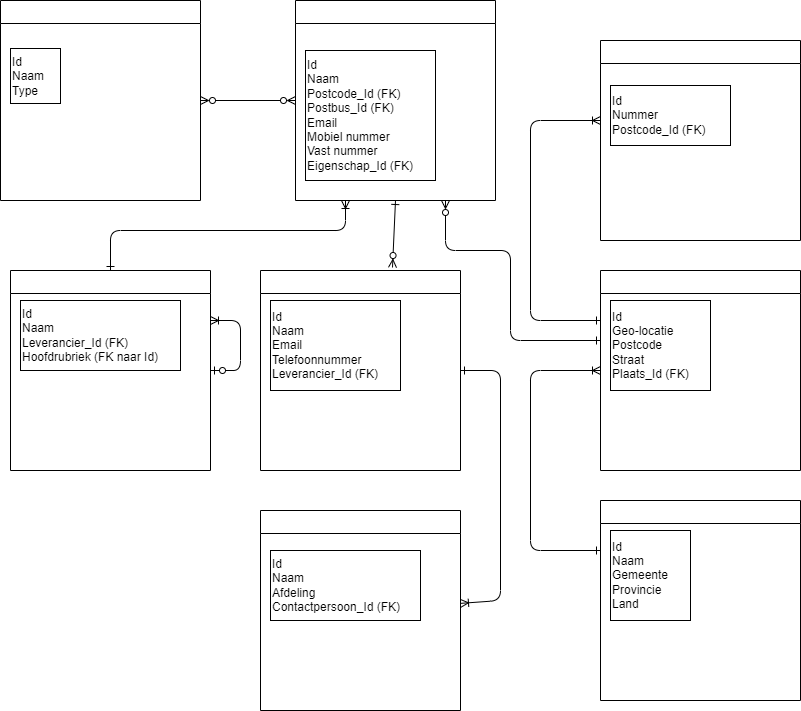
The draw.io diagram relational-data-storage/opdracht-1/DS-opdracht-1-v1.drawio.png in Dabra720/educom-data-science, before a commit. Source tidied: cells renumbered, new cells last; positions are measured from the earlier drawing's top-left corner, leaving out a move shared by most shapes.
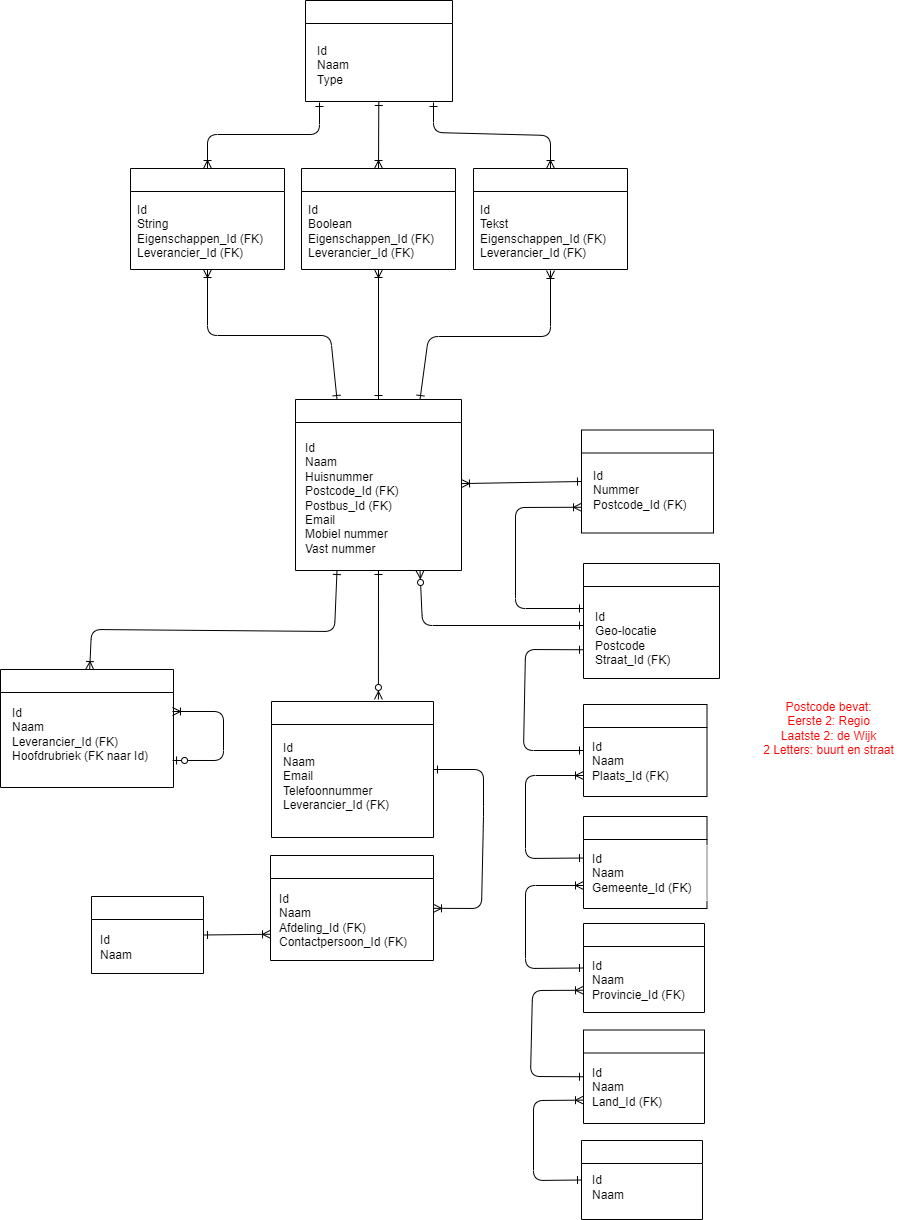
Above is the later version.

The edit, as a diff of the source:
```diff
@@ -4,108 +4,237 @@
     <mxCell id="1" parent="0" />
     <mxCell id="2" style="edgeStyle=none;html=1;startArrow=ERzeroToMany;startFill=0;endArrow=ERone;endFill=0;exitX=0.75;exitY=1;exitDx=0;exitDy=0;strokeColor=#000000;fontColor=#000000;" parent="1" edge="1" source="3">
       <mxGeometry relative="1" as="geometry">
-        <mxPoint x="600" y="340" as="targetPoint" />
+        <mxPoint x="600" y="226" as="targetPoint" />
         <Array as="points">
-          <mxPoint x="445" y="250" />
-          <mxPoint x="510" y="250" />
-          <mxPoint x="510" y="340" />
+          <mxPoint x="439" y="226" />
         </Array>
       </mxGeometry>
     </mxCell>
+    <mxCell id="26" style="edgeStyle=none;html=1;entryX=0;entryY=0.5;entryDx=0;entryDy=0;strokeColor=#000000;startArrow=ERoneToMany;startFill=0;endArrow=ERone;endFill=0;" parent="1" edge="1" source="3" target="18">
+      <mxGeometry relative="1" as="geometry" />
+    </mxCell>
     <mxCell id="3" value="Leverancier" style="swimlane;whiteSpace=wrap;html=1;strokeColor=#000000;fontColor=#FFFFFF;" parent="1" vertex="1">
-      <mxGeometry x="295" width="200" height="200" as="geometry" />
+      <mxGeometry x="312" width="166" height="171" as="geometry" />
     </mxCell>
-    <mxCell id="4" value="Id&lt;br&gt;Naam&lt;br&gt;Postcode_Id (FK)&lt;br&gt;Postbus_Id (FK)&lt;br&gt;Email&lt;br&gt;Mobiel nummer&lt;br&gt;Vast nummer&lt;br&gt;Eigenschap_Id (FK)" style="text;html=1;align=left;verticalAlign=middle;strokeColor=#000000;fillColor=none;fontColor=#000000;" parent="3" vertex="1">
-      <mxGeometry x="10" y="50" width="130" height="130" as="geometry" />
+    <mxCell id="4" value="Id&lt;br&gt;Naam&lt;br&gt;Huisnummer&lt;br&gt;Postcode_Id (FK)&lt;br&gt;Postbus_Id (FK)&lt;br&gt;Email&lt;br&gt;Mobiel nummer&lt;br&gt;Vast nummer" style="text;html=1;align=left;verticalAlign=middle;strokeColor=#FFFFFF;fillColor=none;fontColor=#000000;" parent="3" vertex="1">
+      <mxGeometry x="8" y="35" width="111" height="127" as="geometry" />
     </mxCell>
-    <mxCell id="5" style="edgeStyle=none;html=1;entryX=0.25;entryY=1;entryDx=0;entryDy=0;endArrow=ERoneToMany;endFill=0;startArrow=ERone;startFill=0;strokeColor=#000000;fontColor=#000000;" parent="1" edge="1" source="7" target="3">
+    <mxCell id="5" style="edgeStyle=none;html=1;entryX=0.25;entryY=1;entryDx=0;entryDy=0;endArrow=ERone;endFill=0;startArrow=ERoneToMany;startFill=0;strokeColor=#000000;fontColor=#000000;" parent="1" edge="1" source="7" target="3">
       <mxGeometry relative="1" as="geometry">
         <Array as="points">
-          <mxPoint x="110" y="230" />
-          <mxPoint x="345" y="230" />
+          <mxPoint x="108" y="230" />
+          <mxPoint x="351" y="232" />
         </Array>
       </mxGeometry>
     </mxCell>
-    <mxCell id="6" style="edgeStyle=none;html=1;startArrow=ERzeroToOne;startFill=0;endArrow=ERoneToMany;endFill=0;entryX=1;entryY=0.25;entryDx=0;entryDy=0;exitX=1;exitY=0.5;exitDx=0;exitDy=0;strokeColor=#000000;fontColor=#000000;" parent="1" edge="1" source="7" target="7">
-      <mxGeometry relative="1" as="geometry">
-        <Array as="points">
-          <mxPoint x="240" y="370" />
-          <mxPoint x="240" y="320" />
-        </Array>
-      </mxGeometry>
-    </mxCell>
     <mxCell id="7" value="Rubriek" style="swimlane;whiteSpace=wrap;html=1;strokeColor=#000000;fontColor=#FFFFFF;" parent="1" vertex="1">
-      <mxGeometry x="10" y="270" width="200" height="200" as="geometry" />
+      <mxGeometry x="17" y="270" width="173" height="118" as="geometry" />
     </mxCell>
-    <mxCell id="8" value="Id&lt;br&gt;Naam&lt;br&gt;Leverancier_Id (FK)&lt;br&gt;Hoofdrubriek (FK naar Id)" style="text;html=1;align=left;verticalAlign=middle;points=[];strokeColor=#000000;fillColor=none;fontColor=#000000;" parent="7" vertex="1">
+    <mxCell id="8" value="Id&lt;br&gt;Naam&lt;br&gt;Leverancier_Id (FK)&lt;br&gt;Hoofdrubriek (FK naar Id)" style="text;html=1;align=left;verticalAlign=middle;points=[];strokeColor=#FFFFFF;fillColor=none;fontColor=#000000;" parent="7" vertex="1">
       <mxGeometry x="10" y="30" width="160" height="70" as="geometry" />
     </mxCell>
+    <mxCell id="6" style="edgeStyle=none;html=1;startArrow=ERzeroToOne;startFill=0;endArrow=ERoneToMany;endFill=0;exitX=1.013;exitY=0.871;exitDx=0;exitDy=0;strokeColor=#000000;fontColor=#000000;exitPerimeter=0;" parent="7" edge="1" source="8">
+      <mxGeometry relative="1" as="geometry">
+        <mxPoint x="172" y="42" as="targetPoint" />
+        <Array as="points">
+          <mxPoint x="223" y="91" />
+          <mxPoint x="223" y="42" />
+        </Array>
+      </mxGeometry>
+    </mxCell>
     <mxCell id="9" style="edgeStyle=none;html=1;entryX=0.5;entryY=1;entryDx=0;entryDy=0;startArrow=ERzeroToMany;startFill=0;endArrow=ERone;endFill=0;exitX=0.66;exitY=-0.015;exitDx=0;exitDy=0;exitPerimeter=0;strokeColor=#000000;fontColor=#000000;" parent="1" edge="1" source="10" target="3">
       <mxGeometry relative="1" as="geometry" />
     </mxCell>
     <mxCell id="10" value="Contactpersoon" style="swimlane;whiteSpace=wrap;html=1;strokeColor=#000000;fontColor=#FFFFFF;" parent="1" vertex="1">
-      <mxGeometry x="260" y="270" width="200" height="200" as="geometry" />
+      <mxGeometry x="288" y="302" width="162" height="136" as="geometry" />
     </mxCell>
-    <mxCell id="11" value="Id&lt;br&gt;Naam&lt;br&gt;Email&lt;br&gt;Telefoonnummer&lt;br&gt;Leverancier_Id (FK)" style="text;html=1;align=left;verticalAlign=middle;strokeColor=#000000;fillColor=none;fontColor=#000000;" parent="10" vertex="1">
+    <mxCell id="11" value="Id&lt;br&gt;Naam&lt;br&gt;Email&lt;br&gt;Telefoonnummer&lt;br&gt;Leverancier_Id (FK)" style="text;html=1;align=left;verticalAlign=middle;strokeColor=#FFFFFF;fillColor=none;fontColor=#000000;" parent="10" vertex="1">
       <mxGeometry x="10" y="30" width="130" height="90" as="geometry" />
     </mxCell>
-    <mxCell id="12" style="edgeStyle=none;html=1;entryX=0;entryY=0.25;entryDx=0;entryDy=0;startArrow=ERoneToMany;startFill=0;endArrow=ERone;endFill=0;strokeColor=#000000;fontColor=#000000;" parent="1" edge="1" source="13" target="15">
+    <mxCell id="12" style="edgeStyle=none;html=1;startArrow=ERone;startFill=0;endArrow=ERoneToMany;endFill=0;strokeColor=#000000;fontColor=#000000;entryX=0;entryY=0.75;entryDx=0;entryDy=0;exitX=0;exitY=0.5;exitDx=0;exitDy=0;" parent="1" edge="1" source="41" target="15">
       <mxGeometry relative="1" as="geometry">
         <Array as="points">
-          <mxPoint x="530" y="370" />
-          <mxPoint x="530" y="550" />
+          <mxPoint x="542" y="569" />
+          <mxPoint x="542" y="486" />
         </Array>
       </mxGeometry>
     </mxCell>
     <mxCell id="13" value="Postcode" style="swimlane;whiteSpace=wrap;html=1;strokeColor=#000000;fontColor=#FFFFFF;" parent="1" vertex="1">
-      <mxGeometry x="600" y="270" width="200" height="200" as="geometry" />
+      <mxGeometry x="600" y="164" width="136" height="115" as="geometry" />
     </mxCell>
-    <mxCell id="14" value="Id&lt;br&gt;Geo-locatie&lt;br&gt;Postcode&lt;br&gt;Straat&lt;br&gt;Plaats_Id (FK)" style="text;html=1;align=left;verticalAlign=middle;strokeColor=#000000;fillColor=none;fontColor=#000000;" parent="13" vertex="1">
-      <mxGeometry x="10" y="30" width="100" height="90" as="geometry" />
+    <mxCell id="14" value="Id&lt;br&gt;Geo-locatie&lt;br&gt;Postcode&lt;br&gt;Straat_Id (FK)" style="text;html=1;align=left;verticalAlign=middle;strokeColor=#FFFFFF;fillColor=none;fontColor=#000000;" parent="13" vertex="1">
+      <mxGeometry x="10" y="40" width="93" height="70" as="geometry" />
     </mxCell>
     <mxCell id="15" value="Plaats" style="swimlane;whiteSpace=wrap;html=1;strokeColor=#000000;fontColor=#FFFFFF;" parent="1" vertex="1">
-      <mxGeometry x="600" y="500" width="200" height="200" as="geometry" />
+      <mxGeometry x="600" y="417" width="123.5" height="92" as="geometry" />
     </mxCell>
-    <mxCell id="16" value="Id&lt;br&gt;Naam&lt;br&gt;Gemeente&lt;br&gt;Provincie&lt;br&gt;Land" style="text;html=1;align=left;verticalAlign=middle;strokeColor=#000000;fillColor=none;fontColor=#000000;" parent="15" vertex="1">
-      <mxGeometry x="10" y="30" width="80" height="90" as="geometry" />
+    <mxCell id="16" value="Id&lt;br&gt;Naam&lt;br&gt;Gemeente_Id&amp;nbsp;(FK)" style="text;html=1;align=left;verticalAlign=middle;strokeColor=#FFFFFF;fillColor=none;fontColor=#000000;" parent="15" vertex="1">
+      <mxGeometry x="6.5" y="29" width="117" height="55" as="geometry" />
     </mxCell>
-    <mxCell id="17" style="edgeStyle=none;html=1;entryX=0;entryY=0.25;entryDx=0;entryDy=0;startArrow=ERoneToMany;startFill=0;endArrow=ERone;endFill=0;strokeColor=#000000;fontColor=#000000;" parent="1" edge="1" target="13">
+    <mxCell id="17" style="edgeStyle=none;html=1;startArrow=ERoneToMany;startFill=0;endArrow=ERone;endFill=0;strokeColor=#000000;fontColor=#000000;exitX=0;exitY=0.75;exitDx=0;exitDy=0;" parent="1" edge="1" source="18">
       <mxGeometry relative="1" as="geometry">
-        <mxPoint x="600" y="120" as="sourcePoint" />
+        <mxPoint x="600" y="209" as="targetPoint" />
         <Array as="points">
-          <mxPoint x="530" y="120" />
-          <mxPoint x="530" y="320" />
+          <mxPoint x="532" y="108" />
+          <mxPoint x="532" y="209" />
         </Array>
       </mxGeometry>
     </mxCell>
     <mxCell id="18" value="Postbus" style="swimlane;whiteSpace=wrap;html=1;strokeColor=#000000;fontColor=#FFFFFF;" parent="1" vertex="1">
-      <mxGeometry x="600" y="40" width="200" height="200" as="geometry" />
+      <mxGeometry x="598" y="30.5" width="132" height="103" as="geometry" />
     </mxCell>
-    <mxCell id="19" value="Id&lt;br&gt;Nummer&lt;br&gt;Postcode_Id (FK)" style="text;html=1;align=left;verticalAlign=middle;strokeColor=#000000;fillColor=none;fontColor=#000000;" parent="18" vertex="1">
-      <mxGeometry x="10" y="45" width="120" height="60" as="geometry" />
+    <mxCell id="19" value="Id&lt;br&gt;Nummer&lt;br&gt;Postcode_Id (FK)" style="text;html=1;align=left;verticalAlign=middle;strokeColor=#FFFFFF;fillColor=none;fontColor=#000000;" parent="18" vertex="1">
+      <mxGeometry x="10" y="30.5" width="120" height="60" as="geometry" />
     </mxCell>
-    <mxCell id="20" style="edgeStyle=none;html=1;entryX=0;entryY=0.5;entryDx=0;entryDy=0;startArrow=ERzeroToMany;startFill=0;endArrow=ERzeroToMany;endFill=0;strokeColor=#000000;fontColor=#000000;" parent="1" edge="1" source="21" target="3">
-      <mxGeometry relative="1" as="geometry" />
-    </mxCell>
+    <mxCell id="27" style="edgeStyle=none;html=1;entryX=0.5;entryY=0;entryDx=0;entryDy=0;strokeColor=#000000;endArrow=ERoneToMany;endFill=0;startArrow=ERone;startFill=0;" parent="1" edge="1" source="21" target="32">
+      <mxGeometry relative="1" as="geometry" />
+    </mxCell>
+    <mxCell id="28" style="edgeStyle=none;html=1;entryX=0.5;entryY=0;entryDx=0;entryDy=0;strokeColor=#000000;endArrow=ERoneToMany;endFill=0;startArrow=ERone;startFill=0;" parent="1" edge="1" target="34">
+      <mxGeometry relative="1" as="geometry">
+        <mxPoint x="450" y="-297" as="sourcePoint" />
+        <Array as="points">
+          <mxPoint x="450" y="-267" />
+          <mxPoint x="567" y="-264" />
+        </Array>
+      </mxGeometry>
+    </mxCell>
+    <mxCell id="29" style="edgeStyle=none;html=1;entryX=0.5;entryY=0;entryDx=0;entryDy=0;strokeColor=#000000;endArrow=ERoneToMany;endFill=0;startArrow=ERone;startFill=0;" parent="1" edge="1" target="20">
+      <mxGeometry relative="1" as="geometry">
+        <mxPoint x="336" y="-297" as="sourcePoint" />
+        <Array as="points">
+          <mxPoint x="336" y="-265" />
+          <mxPoint x="224" y="-265" />
+        </Array>
+      </mxGeometry>
+    </mxCell>
     <mxCell id="21" value="Eigenschappen" style="swimlane;whiteSpace=wrap;html=1;strokeColor=#000000;fontColor=#FFFFFF;" parent="1" vertex="1">
-      <mxGeometry width="200" height="200" as="geometry" />
+      <mxGeometry x="322" y="-399" width="147" height="101" as="geometry" />
     </mxCell>
-    <mxCell id="22" value="Id&lt;br&gt;Naam&lt;br&gt;Type" style="text;html=1;align=left;verticalAlign=middle;strokeColor=#000000;fillColor=none;fontColor=#000000;" parent="21" vertex="1">
-      <mxGeometry x="10" y="48" width="50" height="55" as="geometry" />
+    <mxCell id="22" value="Id&lt;br&gt;Naam&lt;br&gt;Type" style="text;html=1;align=left;verticalAlign=middle;strokeColor=#FFFFFF;fillColor=none;fontColor=#000000;" parent="21" vertex="1">
+      <mxGeometry x="10" y="37" width="50" height="55" as="geometry" />
     </mxCell>
     <mxCell id="23" style="edgeStyle=none;html=1;entryX=1;entryY=0.5;entryDx=0;entryDy=0;startArrow=ERoneToMany;startFill=0;endArrow=ERone;endFill=0;strokeColor=#000000;fontColor=#000000;" parent="1" edge="1" source="24" target="10">
       <mxGeometry relative="1" as="geometry">
         <Array as="points">
-          <mxPoint x="500" y="600" />
+          <mxPoint x="498" y="509" />
+          <mxPoint x="500" y="417" />
           <mxPoint x="500" y="370" />
         </Array>
       </mxGeometry>
     </mxCell>
     <mxCell id="24" value="Taken" style="swimlane;whiteSpace=wrap;html=1;strokeColor=#000000;fontColor=#FFFFFF;" parent="1" vertex="1">
-      <mxGeometry x="260" y="510" width="200" height="200" as="geometry" />
+      <mxGeometry x="287" y="456" width="163" height="105" as="geometry" />
     </mxCell>
-    <mxCell id="25" value="Id&lt;br&gt;Naam&lt;br&gt;Afdeling&lt;br&gt;Contactpersoon_Id (FK)" style="text;html=1;align=left;verticalAlign=middle;strokeColor=#000000;fillColor=none;fontColor=#000000;" parent="24" vertex="1">
-      <mxGeometry x="10" y="40" width="150" height="70" as="geometry" />
+    <mxCell id="25" value="Id&lt;br&gt;Naam&lt;br&gt;Afdeling_Id (FK)&lt;br&gt;Contactpersoon_Id (FK)" style="text;html=1;align=left;verticalAlign=middle;strokeColor=#FFFFFF;fillColor=none;fontColor=#000000;" parent="24" vertex="1">
+      <mxGeometry x="6.5" y="29.5" width="146" height="70" as="geometry" />
     </mxCell>
+    <mxCell id="20" value="Type A" style="swimlane;whiteSpace=wrap;html=1;strokeColor=#000000;fontColor=#FFFFFF;" parent="1" vertex="1">
+      <mxGeometry x="147" y="-231" width="154" height="101" as="geometry" />
+    </mxCell>
+    <mxCell id="30" value="Id&lt;br&gt;String&lt;br&gt;Eigenschappen_Id (FK)&lt;br&gt;Leverancier_Id (FK)" style="text;html=1;align=left;verticalAlign=middle;strokeColor=#FFFFFF;fillColor=none;fontColor=#000000;" parent="20" vertex="1">
+      <mxGeometry x="5" y="28" width="144" height="70" as="geometry" />
+    </mxCell>
+    <mxCell id="31" style="edgeStyle=none;html=1;entryX=0.5;entryY=0;entryDx=0;entryDy=0;strokeColor=#000000;startArrow=ERoneToMany;startFill=0;endArrow=ERone;endFill=0;" parent="1" edge="1" source="32" target="3">
+      <mxGeometry relative="1" as="geometry" />
+    </mxCell>
+    <mxCell id="32" value="Type B" style="swimlane;whiteSpace=wrap;html=1;strokeColor=#000000;fontColor=#FFFFFF;" parent="1" vertex="1">
+      <mxGeometry x="318" y="-231" width="154" height="101" as="geometry" />
+    </mxCell>
+    <mxCell id="33" value="Id&lt;br&gt;Boolean&lt;br&gt;Eigenschappen_Id (FK)&lt;br&gt;Leverancier_Id (FK)" style="text;html=1;align=left;verticalAlign=middle;strokeColor=#FFFFFF;fillColor=none;fontColor=#000000;" parent="32" vertex="1">
+      <mxGeometry x="5" y="28" width="144" height="70" as="geometry" />
+    </mxCell>
+    <mxCell id="34" value="Type C" style="swimlane;whiteSpace=wrap;html=1;strokeColor=#000000;fontColor=#FFFFFF;" parent="1" vertex="1">
+      <mxGeometry x="490" y="-231" width="154" height="101" as="geometry" />
+    </mxCell>
+    <mxCell id="35" value="Id&lt;br&gt;Tekst&lt;br&gt;Eigenschappen_Id (FK)&lt;br&gt;Leverancier_Id (FK)" style="text;html=1;align=left;verticalAlign=middle;strokeColor=#FFFFFF;fillColor=none;fontColor=#000000;" parent="34" vertex="1">
+      <mxGeometry x="5" y="28" width="144" height="70" as="geometry" />
+    </mxCell>
+    <mxCell id="36" style="edgeStyle=none;html=1;entryX=0.75;entryY=0;entryDx=0;entryDy=0;strokeColor=#000000;startArrow=ERoneToMany;startFill=0;endArrow=ERone;endFill=0;" parent="1" edge="1" target="3">
+      <mxGeometry relative="1" as="geometry">
+        <mxPoint x="567" y="-129" as="sourcePoint" />
+        <Array as="points">
+          <mxPoint x="567" y="-63" />
+          <mxPoint x="445" y="-63" />
+        </Array>
+      </mxGeometry>
+    </mxCell>
+    <mxCell id="37" style="edgeStyle=none;html=1;strokeColor=#000000;startArrow=ERoneToMany;startFill=0;endArrow=ERone;endFill=0;exitX=0.5;exitY=1;exitDx=0;exitDy=0;entryX=0.25;entryY=0;entryDx=0;entryDy=0;" parent="1" edge="1" source="20" target="3">
+      <mxGeometry relative="1" as="geometry">
+        <Array as="points">
+          <mxPoint x="224" y="-64" />
+          <mxPoint x="347" y="-64" />
+        </Array>
+      </mxGeometry>
+    </mxCell>
+    <mxCell id="38" value="Afdeling" style="swimlane;whiteSpace=wrap;html=1;strokeColor=#000000;fontColor=#FFFFFF;" parent="1" vertex="1">
+      <mxGeometry x="108" y="497" width="112" height="77" as="geometry" />
+    </mxCell>
+    <mxCell id="39" value="Id&lt;br&gt;Naam" style="text;html=1;align=left;verticalAlign=middle;strokeColor=#FFFFFF;fillColor=none;fontColor=#000000;" parent="38" vertex="1">
+      <mxGeometry x="7" y="30" width="50" height="41" as="geometry" />
+    </mxCell>
+    <mxCell id="40" value="Postcode bevat:&lt;br&gt;Eerste 2: Regio&lt;br&gt;Laatste 2: de Wijk&lt;br&gt;2 Letters: buurt en straat" style="text;html=1;align=center;verticalAlign=middle;strokeColor=none;fillColor=none;fontColor=#FF0000;" parent="1" vertex="1">
+      <mxGeometry x="770" y="294" width="149" height="70" as="geometry" />
+    </mxCell>
+    <mxCell id="41" value="Gemeente" style="swimlane;whiteSpace=wrap;html=1;strokeColor=#000000;fontColor=#FFFFFF;" parent="1" vertex="1">
+      <mxGeometry x="600" y="524" width="121" height="89" as="geometry" />
+    </mxCell>
+    <mxCell id="42" value="Id&lt;br&gt;Naam&lt;br&gt;Provincie_Id&amp;nbsp;(FK)" style="text;html=1;align=left;verticalAlign=middle;strokeColor=#FFFFFF;fillColor=none;fontColor=#000000;" parent="41" vertex="1">
+      <mxGeometry x="6.5" y="29" width="111" height="55" as="geometry" />
+    </mxCell>
+    <mxCell id="43" value="Provincie" style="swimlane;whiteSpace=wrap;html=1;strokeColor=#000000;fontColor=#FFFFFF;" parent="1" vertex="1">
+      <mxGeometry x="600" y="630.5" width="121" height="93.5" as="geometry" />
+    </mxCell>
+    <mxCell id="44" value="Id&lt;br&gt;Naam&lt;br&gt;Land_Id (FK)" style="text;html=1;align=left;verticalAlign=middle;strokeColor=#FFFFFF;fillColor=none;fontColor=#000000;" parent="43" vertex="1">
+      <mxGeometry x="6.5" y="30.2" width="88" height="55" as="geometry" />
+    </mxCell>
+    <mxCell id="45" value="Land" style="swimlane;whiteSpace=wrap;html=1;strokeColor=#000000;fontColor=#FFFFFF;" parent="1" vertex="1">
+      <mxGeometry x="598" y="741" width="121" height="79" as="geometry" />
+    </mxCell>
+    <mxCell id="46" value="Id&lt;br&gt;Naam" style="text;html=1;align=left;verticalAlign=middle;strokeColor=#FFFFFF;fillColor=none;fontColor=#000000;" parent="45" vertex="1">
+      <mxGeometry x="8.5" y="26.2" width="50" height="41" as="geometry" />
+    </mxCell>
+    <mxCell id="47" style="edgeStyle=none;html=1;entryX=1;entryY=0.5;entryDx=0;entryDy=0;strokeColor=#000000;fontColor=#FF0000;startArrow=ERoneToMany;startFill=0;endArrow=ERone;endFill=0;exitX=0;exitY=0.75;exitDx=0;exitDy=0;" parent="1" edge="1" source="24" target="38">
+      <mxGeometry relative="1" as="geometry" />
+    </mxCell>
+    <mxCell id="48" style="edgeStyle=none;html=1;strokeColor=#000000;fontColor=#FF0000;startArrow=ERone;startFill=0;endArrow=ERoneToMany;endFill=0;entryX=0;entryY=0.75;entryDx=0;entryDy=0;exitX=0;exitY=0.5;exitDx=0;exitDy=0;" parent="1" edge="1" source="43" target="41">
+      <mxGeometry relative="1" as="geometry">
+        <Array as="points">
+          <mxPoint x="547" y="677" />
+          <mxPoint x="549" y="591" />
+        </Array>
+      </mxGeometry>
+    </mxCell>
+    <mxCell id="49" style="edgeStyle=none;html=1;strokeColor=#000000;fontColor=#FF0000;startArrow=ERoneToMany;startFill=0;endArrow=ERone;endFill=0;exitX=0;exitY=0.75;exitDx=0;exitDy=0;entryX=0;entryY=0.5;entryDx=0;entryDy=0;" parent="1" edge="1" source="43" target="45">
+      <mxGeometry relative="1" as="geometry">
+        <Array as="points">
+          <mxPoint x="550" y="701" />
+          <mxPoint x="550" y="781" />
+        </Array>
+      </mxGeometry>
+    </mxCell>
+    <mxCell id="50" style="edgeStyle=none;html=1;strokeColor=#000000;fontColor=#FF0000;startArrow=ERone;startFill=0;endArrow=ERone;endFill=0;exitX=0;exitY=0.75;exitDx=0;exitDy=0;entryX=0;entryY=0.5;entryDx=0;entryDy=0;" parent="1" edge="1" source="13" target="51">
+      <mxGeometry relative="1" as="geometry">
+        <Array as="points">
+          <mxPoint x="542" y="250" />
+          <mxPoint x="540" y="351" />
+        </Array>
+      </mxGeometry>
+    </mxCell>
+    <mxCell id="51" value="Straat" style="swimlane;whiteSpace=wrap;html=1;strokeColor=#000000;fontColor=#FFFFFF;" parent="1" vertex="1">
+      <mxGeometry x="600" y="305" width="123.5" height="92" as="geometry" />
+    </mxCell>
+    <mxCell id="52" value="Id&lt;br&gt;Naam&lt;br&gt;Plaats_Id&amp;nbsp;(FK)" style="text;html=1;align=left;verticalAlign=middle;strokeColor=#FFFFFF;fillColor=none;fontColor=#000000;" parent="51" vertex="1">
+      <mxGeometry x="6.5" y="29" width="95" height="55" as="geometry" />
+    </mxCell>
+    <mxCell id="53" style="edgeStyle=none;html=1;startArrow=ERone;startFill=0;endArrow=ERoneToMany;endFill=0;strokeColor=#000000;fontColor=#000000;entryX=0;entryY=0.75;entryDx=0;entryDy=0;exitX=0;exitY=0.5;exitDx=0;exitDy=0;" parent="1" edge="1">
+      <mxGeometry relative="1" as="geometry">
+        <mxPoint x="600" y="458.5" as="sourcePoint" />
+        <mxPoint x="600" y="376" as="targetPoint" />
+        <Array as="points">
+          <mxPoint x="542" y="459" />
+          <mxPoint x="542" y="376" />
+        </Array>
+      </mxGeometry>
+    </mxCell>
   </root>
 </mxGraphModel>
```
